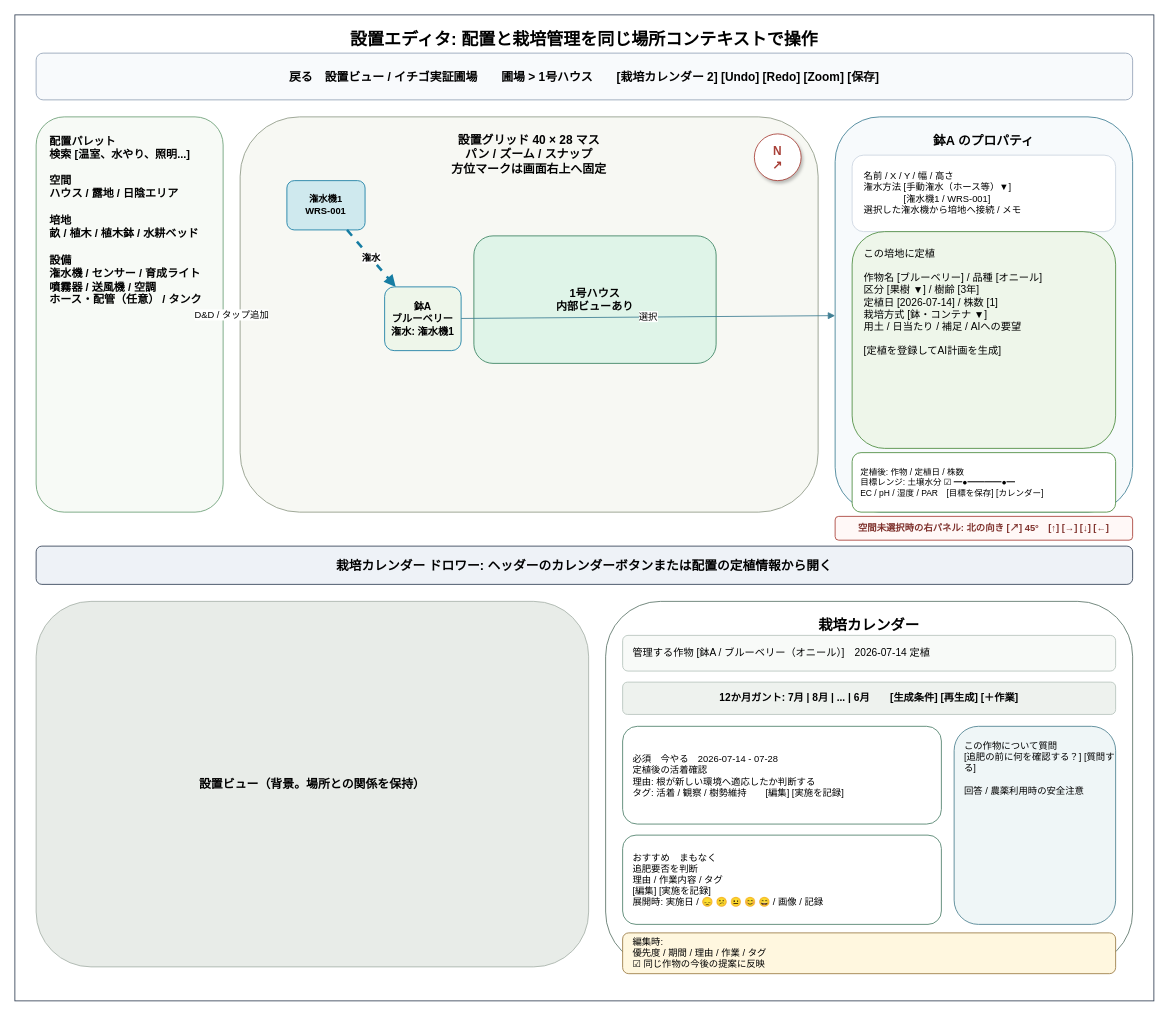
Earlier version of the draw.io diagram page "設置エディタ" (4 of 6) of hub/doc/jp/assets/hub-admin-ui-wireframes.drawio (inastechnology/inas). Source tidied: cells renumbered, new cells numbered last; positions are measured from the earlier drawing's top-left corner, leaving out a move shared by most shapes. Both pictures are drawn from the tidied source at 85%, with x=0, y=0 at pixel (14, 14).
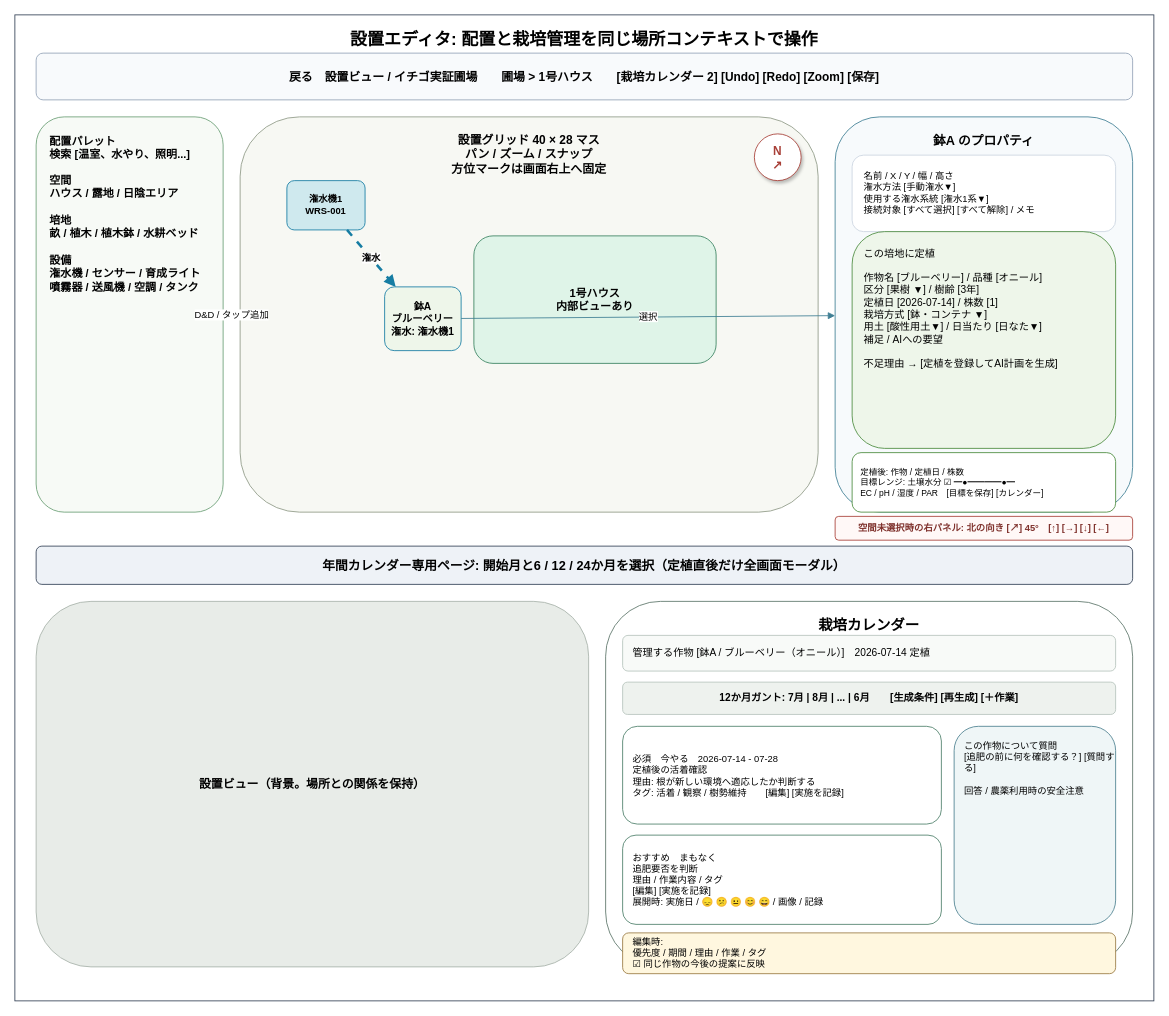
The same page after the edit.

Change to the diagram source:
```diff
@@
-    <mxCell id="4" value="配置パレット&#10;検索 [温室、水やり、照明...]&#10;&#10;空間&#10;ハウス / 露地 / 日陰エリア&#10;&#10;培地&#10;畝 / 植木 / 植木鉢 / 水耕ベッド&#10;&#10;設備&#10;潅水機 / センサー / 育成ライト&#10;噴霧器 / 送風機 / 空調&#10;ホース・配管（任意） / タンク" style="rounded=1;whiteSpace=wrap;html=1;strokeColor=#6b9f75;fillColor=#f7faf6;fontSize=13;fontStyle=1;align=left;verticalAlign=top;spacingTop=14;spacingLeft=14;" parent="1" vertex="1">
+    <mxCell id="4" value="配置パレット&#10;検索 [温室、水やり、照明...]&#10;&#10;空間&#10;ハウス / 露地 / 日陰エリア&#10;&#10;培地&#10;畝 / 植木 / 植木鉢 / 水耕ベッド&#10;&#10;設備&#10;潅水機 / センサー / 育成ライト&#10;噴霧器 / 送風機 / 空調 / タンク" style="rounded=1;whiteSpace=wrap;html=1;strokeColor=#6b9f75;fillColor=#f7faf6;fontSize=13;fontStyle=1;align=left;verticalAlign=top;spacingTop=14;spacingLeft=14;" parent="1" vertex="1">
       <mxGeometry x="25" y="120" width="220" height="465" as="geometry" />
     </mxCell>
@@
-    <mxCell id="10" value="名前 / X / Y / 幅 / 高さ&#10;潅水方法 [手動潅水（ホース等）▼]&#10;　　　　 [潅水機1 / WRS-001]&#10;選択した潅水機から培地へ接続 / メモ" style="rounded=1;whiteSpace=wrap;html=1;strokeColor=#cbd5e1;fillColor=#ffffff;fontSize=11;align=left;spacingLeft=12;" parent="1" vertex="1">
+    <mxCell id="10" value="名前 / X / Y / 幅 / 高さ&#10;潅水方法 [手動潅水▼]&#10;使用する潅水系統 [潅水1系▼]&#10;接続対象 [すべて選択] [すべて解除] / メモ" style="rounded=1;whiteSpace=wrap;html=1;strokeColor=#cbd5e1;fillColor=#ffffff;fontSize=11;align=left;spacingLeft=12;" parent="1" vertex="1">
       <mxGeometry x="985" y="165" width="310" height="90" as="geometry" />
     </mxCell>
-    <mxCell id="11" value="この培地に定植&#10;&#10;作物名 [ブルーベリー] / 品種 [オニール]&#10;区分 [果樹 ▼] / 樹齢 [3年]&#10;定植日 [2026-07-14] / 株数 [1]&#10;栽培方式 [鉢・コンテナ ▼]&#10;用土 / 日当たり / 補足 / AIへの要望&#10;&#10;[定植を登録してAI計画を生成]" style="rounded=1;whiteSpace=wrap;html=1;strokeColor=#4c8c3f;fillColor=#eef6ea;fontSize=12;align=left;verticalAlign=top;spacingTop=12;spacingLeft=12;" parent="1" vertex="1">
+    <mxCell id="11" value="この培地に定植&#10;&#10;作物名 [ブルーベリー] / 品種 [オニール]&#10;区分 [果樹 ▼] / 樹齢 [3年]&#10;定植日 [2026-07-14] / 株数 [1]&#10;栽培方式 [鉢・コンテナ ▼]&#10;用土 [酸性用土▼] / 日当たり [日なた▼]&#10;補足 / AIへの要望&#10;&#10;不足理由 → [定植を登録してAI計画を生成]" style="rounded=1;whiteSpace=wrap;html=1;strokeColor=#4c8c3f;fillColor=#eef6ea;fontSize=12;align=left;verticalAlign=top;spacingTop=12;spacingLeft=12;" parent="1" vertex="1">
       <mxGeometry x="985" y="255" width="310" height="255" as="geometry" />
     </mxCell>
@@
-    <mxCell id="18" value="栽培カレンダー ドロワー: ヘッダーのカレンダーボタンまたは配置の定植情報から開く" style="rounded=1;whiteSpace=wrap;html=1;strokeColor=#334155;fillColor=#eef2f7;fontSize=15;fontStyle=1;" parent="1" vertex="1">
+    <mxCell id="18" value="年間カレンダー専用ページ: 開始月と6 / 12 / 24か月を選択（定植直後だけ全画面モーダル）" style="rounded=1;whiteSpace=wrap;html=1;strokeColor=#334155;fillColor=#eef2f7;fontSize=15;fontStyle=1;" parent="1" vertex="1">
       <mxGeometry x="25" y="625" width="1290" height="45" as="geometry" />
     </mxCell>
```
